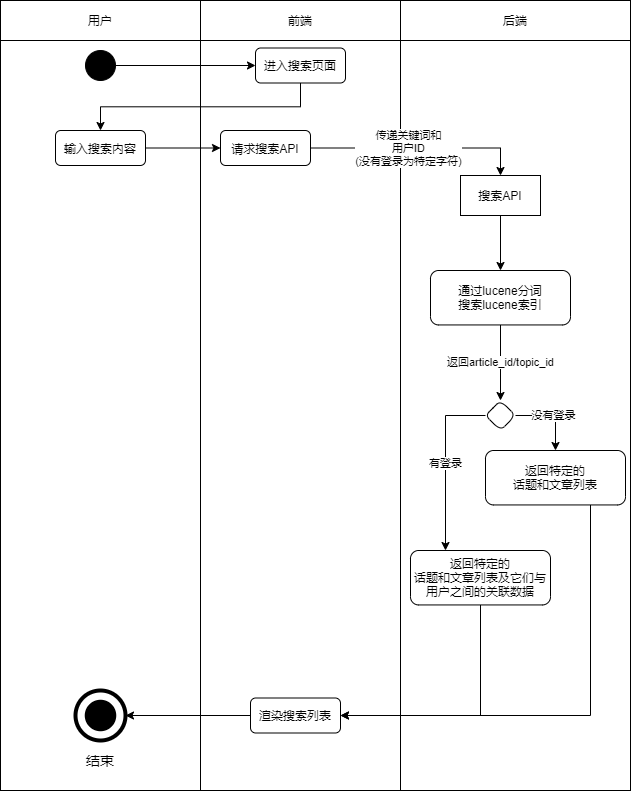
This is user.bbs-search.active.drawio.png from Jater0/Graduation, a draw.io export, as it was before one commit. Source tidied: cells renumbered, new cells last; positions are measured from the earlier drawing's top-left corner, leaving out a move shared by most shapes. The source it was exported from:
```xml
<mxGraphModel>
  <root>
    <mxCell id="0" />
    <mxCell id="1" parent="0" />
    <mxCell id="2" style="rounded=0;whiteSpace=wrap;html=1;" parent="1" vertex="1">
      <mxGeometry x="400" y="40" width="230" height="750" as="geometry" />
    </mxCell>
    <mxCell id="3" style="rounded=0;whiteSpace=wrap;html=1;" parent="1" vertex="1">
      <mxGeometry y="40" width="200" height="750" as="geometry" />
    </mxCell>
    <mxCell id="4" style="rounded=0;whiteSpace=wrap;html=1;" parent="1" vertex="1">
      <mxGeometry x="200" y="40" width="200" height="750" as="geometry" />
    </mxCell>
    <mxCell id="5" value="用户" style="rounded=0;whiteSpace=wrap;html=1;" parent="1" vertex="1">
      <mxGeometry width="200" height="40" as="geometry" />
    </mxCell>
    <mxCell id="6" value="前端" style="rounded=0;whiteSpace=wrap;html=1;" parent="1" vertex="1">
      <mxGeometry x="200" width="200" height="40" as="geometry" />
    </mxCell>
    <mxCell id="7" value="后端" style="rounded=0;whiteSpace=wrap;html=1;" parent="1" vertex="1">
      <mxGeometry x="400" width="230" height="40" as="geometry" />
    </mxCell>
    <mxCell id="8" style="edgeStyle=orthogonalEdgeStyle;rounded=0;jettySize=auto;html=1;exitX=1;exitY=0.5;exitDx=0;exitDy=0;entryX=0;entryY=0.5;entryDx=0;entryDy=0;" parent="1" edge="1" source="9" target="11">
      <mxGeometry relative="1" as="geometry" />
    </mxCell>
    <mxCell id="9" style="ellipse;whiteSpace=wrap;html=1;background=black;strokeColor=#030303;fillColor=#000000;" parent="1" vertex="1">
      <mxGeometry x="85" y="50" width="30" height="30" as="geometry" />
    </mxCell>
    <mxCell id="10" style="edgeStyle=orthogonalEdgeStyle;rounded=0;jettySize=auto;html=1;exitX=0.5;exitY=1;exitDx=0;exitDy=0;" parent="1" edge="1" source="11" target="20">
      <mxGeometry relative="1" as="geometry" />
    </mxCell>
    <mxCell id="11" value="进入搜索页面" style="rounded=1;whiteSpace=wrap;html=1;" parent="1" vertex="1">
      <mxGeometry x="255" y="47.5" width="90" height="35" as="geometry" />
    </mxCell>
    <mxCell id="12" style="ellipse;whiteSpace=wrap;html=1;rounded=1;strokeColor=#000000;strokeWidth=4;fillColor=none;gradientColor=none;fontSize=14;" parent="1" vertex="1">
      <mxGeometry x="75" y="690" width="50" height="50" as="geometry" />
    </mxCell>
    <mxCell id="13" style="ellipse;whiteSpace=wrap;html=1;rounded=1;strokeWidth=4;fontSize=14;fillColor=#000000;" parent="1" vertex="1">
      <mxGeometry x="86.2" y="701.2" width="27.5" height="27.5" as="geometry" />
    </mxCell>
    <mxCell id="14" value="结束" style="text;html=1;strokeColor=none;fillColor=none;align=center;verticalAlign=middle;whiteSpace=wrap;rounded=0;fontSize=14;" parent="1" vertex="1">
      <mxGeometry x="80" y="750" width="40" height="20" as="geometry" />
    </mxCell>
    <mxCell id="15" style="edgeStyle=orthogonalEdgeStyle;rounded=0;jettySize=auto;html=1;exitX=0.5;exitY=1;exitDx=0;exitDy=0;" parent="1" edge="1" source="16" target="18">
      <mxGeometry relative="1" as="geometry" />
    </mxCell>
    <mxCell id="16" value="搜索API" style="rounded=0;whiteSpace=wrap;html=1;" parent="1" vertex="1">
      <mxGeometry x="460" y="175" width="80" height="40" as="geometry" />
    </mxCell>
    <mxCell id="17" value="返回article_id/topic_id" style="edgeStyle=orthogonalEdgeStyle;rounded=0;jettySize=auto;html=1;exitX=0.5;exitY=1;exitDx=0;exitDy=0;entryX=0.5;entryY=0;entryDx=0;entryDy=0;" parent="1" edge="1" source="18" target="26">
      <mxGeometry relative="1" as="geometry" />
    </mxCell>
    <mxCell id="18" value="通过lucene分词&lt;br&gt;搜索lucene索引" style="rounded=1;whiteSpace=wrap;html=1;" parent="1" vertex="1">
      <mxGeometry x="430" y="270" width="140" height="54.4" as="geometry" />
    </mxCell>
    <mxCell id="19" style="edgeStyle=orthogonalEdgeStyle;rounded=0;jettySize=auto;html=1;exitX=1;exitY=0.5;exitDx=0;exitDy=0;entryX=0;entryY=0.5;entryDx=0;entryDy=0;" parent="1" edge="1" source="20" target="23">
      <mxGeometry relative="1" as="geometry" />
    </mxCell>
    <mxCell id="20" value="输入搜索内容" style="rounded=1;whiteSpace=wrap;html=1;" parent="1" vertex="1">
      <mxGeometry x="55" y="130" width="90" height="35" as="geometry" />
    </mxCell>
    <mxCell id="21" style="edgeStyle=orthogonalEdgeStyle;rounded=0;jettySize=auto;html=1;exitX=1;exitY=0.5;exitDx=0;exitDy=0;entryX=0.5;entryY=0;entryDx=0;entryDy=0;" parent="1" edge="1" source="23" target="16">
      <mxGeometry relative="1" as="geometry" />
    </mxCell>
    <mxCell id="22" value="传递关键词和&lt;br&gt;用户ID&lt;br&gt;(没有登录为特定字符)" style="edgeLabel;html=1;align=center;verticalAlign=middle;" parent="21" vertex="1">
      <mxGeometry x="-0.3" y="-1" relative="1" as="geometry">
        <mxPoint x="20" y="-1" as="offset" />
      </mxGeometry>
    </mxCell>
    <mxCell id="23" value="请求搜索API" style="rounded=1;whiteSpace=wrap;html=1;" parent="1" vertex="1">
      <mxGeometry x="220" y="130" width="90" height="35" as="geometry" />
    </mxCell>
    <mxCell id="24" value="没有登录" style="edgeStyle=orthogonalEdgeStyle;rounded=0;jettySize=auto;html=1;exitX=1;exitY=0.5;exitDx=0;exitDy=0;entryX=0.5;entryY=0;entryDx=0;entryDy=0;" parent="1" edge="1" source="26" target="28">
      <mxGeometry relative="1" as="geometry" />
    </mxCell>
    <mxCell id="25" value="有登录" style="edgeStyle=orthogonalEdgeStyle;rounded=0;jettySize=auto;html=1;exitX=0;exitY=0.5;exitDx=0;exitDy=0;entryX=0.25;entryY=0;entryDx=0;entryDy=0;" parent="1" edge="1" source="26" target="30">
      <mxGeometry relative="1" as="geometry" />
    </mxCell>
    <mxCell id="26" style="rhombus;whiteSpace=wrap;html=1;rounded=1;" parent="1" vertex="1">
      <mxGeometry x="485" y="400" width="30" height="30" as="geometry" />
    </mxCell>
    <mxCell id="27" style="edgeStyle=orthogonalEdgeStyle;rounded=0;jettySize=auto;html=1;exitX=0.75;exitY=1;exitDx=0;exitDy=0;entryX=1;entryY=0.5;entryDx=0;entryDy=0;" parent="1" edge="1" source="28" target="32">
      <mxGeometry relative="1" as="geometry" />
    </mxCell>
    <mxCell id="28" value="返回特定的&lt;br&gt;话题和文章列表" style="rounded=1;whiteSpace=wrap;html=1;" parent="1" vertex="1">
      <mxGeometry x="485" y="450" width="140" height="54.4" as="geometry" />
    </mxCell>
    <mxCell id="29" style="edgeStyle=orthogonalEdgeStyle;rounded=0;jettySize=auto;html=1;exitX=0.5;exitY=1;exitDx=0;exitDy=0;entryX=1;entryY=0.5;entryDx=0;entryDy=0;" parent="1" edge="1" source="30" target="32">
      <mxGeometry relative="1" as="geometry" />
    </mxCell>
    <mxCell id="30" value="返回特定的&lt;br&gt;话题和文章列表及它们与用户之间的关联数据" style="rounded=1;whiteSpace=wrap;html=1;" parent="1" vertex="1">
      <mxGeometry x="410" y="550" width="140" height="54.4" as="geometry" />
    </mxCell>
    <mxCell id="31" style="edgeStyle=orthogonalEdgeStyle;rounded=0;jettySize=auto;html=1;exitX=0;exitY=0.5;exitDx=0;exitDy=0;entryX=1;entryY=0.5;entryDx=0;entryDy=0;" parent="1" edge="1" source="32" target="12">
      <mxGeometry relative="1" as="geometry" />
    </mxCell>
    <mxCell id="32" value="渲染搜索列表" style="rounded=1;whiteSpace=wrap;html=1;" parent="1" vertex="1">
      <mxGeometry x="250" y="697.5" width="90" height="35" as="geometry" />
    </mxCell>
  </root>
</mxGraphModel>
```
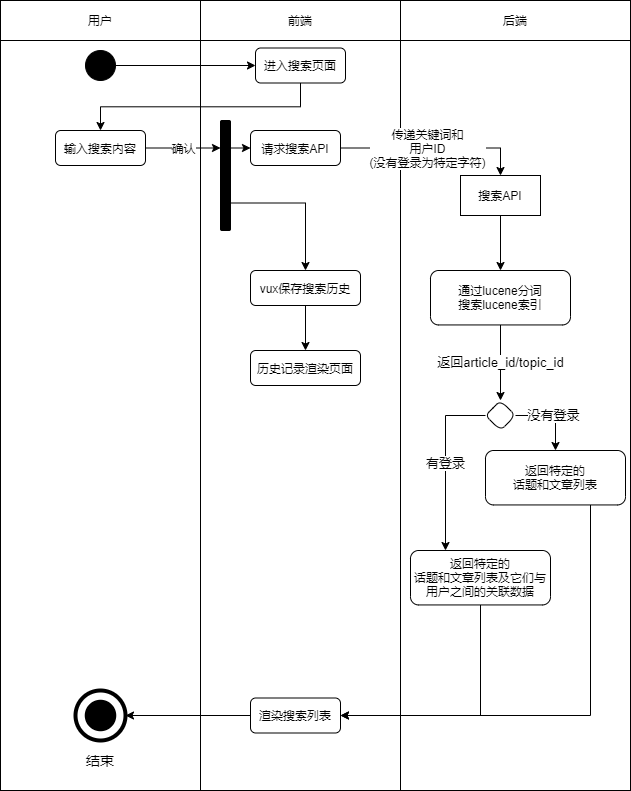
After the change.

Diff of the diagram source:
```diff
@@ -47,33 +47,33 @@
     <mxCell id="16" value="搜索API" style="rounded=0;whiteSpace=wrap;html=1;" parent="1" vertex="1">
       <mxGeometry x="460" y="175" width="80" height="40" as="geometry" />
     </mxCell>
-    <mxCell id="17" value="返回article_id/topic_id" style="edgeStyle=orthogonalEdgeStyle;rounded=0;jettySize=auto;html=1;exitX=0.5;exitY=1;exitDx=0;exitDy=0;entryX=0.5;entryY=0;entryDx=0;entryDy=0;" parent="1" edge="1" source="18" target="26">
+    <mxCell id="17" value="返回article_id/topic_id" style="edgeStyle=orthogonalEdgeStyle;rounded=0;jettySize=auto;html=1;exitX=0.5;exitY=1;exitDx=0;exitDy=0;entryX=0.5;entryY=0;entryDx=0;entryDy=0;fontSize=13;" parent="1" edge="1" source="18" target="26">
       <mxGeometry relative="1" as="geometry" />
     </mxCell>
     <mxCell id="18" value="通过lucene分词&lt;br&gt;搜索lucene索引" style="rounded=1;whiteSpace=wrap;html=1;" parent="1" vertex="1">
       <mxGeometry x="430" y="270" width="140" height="54.4" as="geometry" />
     </mxCell>
-    <mxCell id="19" style="edgeStyle=orthogonalEdgeStyle;rounded=0;jettySize=auto;html=1;exitX=1;exitY=0.5;exitDx=0;exitDy=0;entryX=0;entryY=0.5;entryDx=0;entryDy=0;" parent="1" edge="1" source="20" target="23">
-      <mxGeometry relative="1" as="geometry" />
-    </mxCell>
+    <mxCell id="33" value="确认" style="edgeStyle=orthogonalEdgeStyle;rounded=0;jettySize=auto;html=1;exitX=1;exitY=0.5;exitDx=0;exitDy=0;entryX=0;entryY=0.25;entryDx=0;entryDy=0;fontSize=12;" parent="1" edge="1" source="20" target="36">
+      <mxGeometry relative="1" as="geometry" />
+    </mxCell>
     <mxCell id="20" value="输入搜索内容" style="rounded=1;whiteSpace=wrap;html=1;" parent="1" vertex="1">
       <mxGeometry x="55" y="130" width="90" height="35" as="geometry" />
     </mxCell>
     <mxCell id="21" style="edgeStyle=orthogonalEdgeStyle;rounded=0;jettySize=auto;html=1;exitX=1;exitY=0.5;exitDx=0;exitDy=0;entryX=0.5;entryY=0;entryDx=0;entryDy=0;" parent="1" edge="1" source="23" target="16">
       <mxGeometry relative="1" as="geometry" />
     </mxCell>
-    <mxCell id="22" value="传递关键词和&lt;br&gt;用户ID&lt;br&gt;(没有登录为特定字符)" style="edgeLabel;html=1;align=center;verticalAlign=middle;" parent="21" vertex="1">
+    <mxCell id="22" value="传递关键词和&lt;br style=&quot;font-size: 12px;&quot;&gt;用户ID&lt;br style=&quot;font-size: 12px;&quot;&gt;(没有登录为特定字符)" style="edgeLabel;html=1;align=center;verticalAlign=middle;fontSize=12;" parent="21" vertex="1">
       <mxGeometry x="-0.3" y="-1" relative="1" as="geometry">
         <mxPoint x="20" y="-1" as="offset" />
       </mxGeometry>
     </mxCell>
     <mxCell id="23" value="请求搜索API" style="rounded=1;whiteSpace=wrap;html=1;" parent="1" vertex="1">
-      <mxGeometry x="220" y="130" width="90" height="35" as="geometry" />
+      <mxGeometry x="250" y="130" width="90" height="35" as="geometry" />
     </mxCell>
-    <mxCell id="24" value="没有登录" style="edgeStyle=orthogonalEdgeStyle;rounded=0;jettySize=auto;html=1;exitX=1;exitY=0.5;exitDx=0;exitDy=0;entryX=0.5;entryY=0;entryDx=0;entryDy=0;" parent="1" edge="1" source="26" target="28">
+    <mxCell id="24" value="没有登录" style="edgeStyle=orthogonalEdgeStyle;rounded=0;jettySize=auto;html=1;exitX=1;exitY=0.5;exitDx=0;exitDy=0;entryX=0.5;entryY=0;entryDx=0;entryDy=0;fontSize=13;" parent="1" edge="1" source="26" target="28">
       <mxGeometry relative="1" as="geometry" />
     </mxCell>
-    <mxCell id="25" value="有登录" style="edgeStyle=orthogonalEdgeStyle;rounded=0;jettySize=auto;html=1;exitX=0;exitY=0.5;exitDx=0;exitDy=0;entryX=0.25;entryY=0;entryDx=0;entryDy=0;" parent="1" edge="1" source="26" target="30">
+    <mxCell id="25" value="有登录" style="edgeStyle=orthogonalEdgeStyle;rounded=0;jettySize=auto;html=1;exitX=0;exitY=0.5;exitDx=0;exitDy=0;entryX=0.25;entryY=0;entryDx=0;entryDy=0;fontSize=13;" parent="1" edge="1" source="26" target="30">
       <mxGeometry relative="1" as="geometry" />
     </mxCell>
     <mxCell id="26" style="rhombus;whiteSpace=wrap;html=1;rounded=1;" parent="1" vertex="1">
@@ -97,5 +97,23 @@
     <mxCell id="32" value="渲染搜索列表" style="rounded=1;whiteSpace=wrap;html=1;" parent="1" vertex="1">
       <mxGeometry x="250" y="697.5" width="90" height="35" as="geometry" />
     </mxCell>
+    <mxCell id="34" style="edgeStyle=orthogonalEdgeStyle;rounded=0;jettySize=auto;html=1;exitX=1;exitY=0.25;exitDx=0;exitDy=0;entryX=0;entryY=0.5;entryDx=0;entryDy=0;" parent="1" edge="1" source="36" target="23">
+      <mxGeometry relative="1" as="geometry" />
+    </mxCell>
+    <mxCell id="35" style="edgeStyle=orthogonalEdgeStyle;rounded=0;jettySize=auto;html=1;exitX=1;exitY=0.75;exitDx=0;exitDy=0;" parent="1" edge="1" source="36" target="38">
+      <mxGeometry relative="1" as="geometry" />
+    </mxCell>
+    <mxCell id="36" style="rounded=1;whiteSpace=wrap;html=1;fillColor=#000000;" parent="1" vertex="1">
+      <mxGeometry x="220" y="120" width="10" height="110" as="geometry" />
+    </mxCell>
+    <mxCell id="37" style="edgeStyle=orthogonalEdgeStyle;rounded=0;jettySize=auto;html=1;exitX=0.5;exitY=1;exitDx=0;exitDy=0;entryX=0.5;entryY=0;entryDx=0;entryDy=0;" parent="1" edge="1" source="38" target="39">
+      <mxGeometry relative="1" as="geometry" />
+    </mxCell>
+    <mxCell id="38" value="vux保存搜索历史" style="rounded=1;whiteSpace=wrap;html=1;" parent="1" vertex="1">
+      <mxGeometry x="250" y="270" width="110" height="35" as="geometry" />
+    </mxCell>
+    <mxCell id="39" value="历史记录渲染页面" style="rounded=1;whiteSpace=wrap;html=1;" parent="1" vertex="1">
+      <mxGeometry x="250" y="350" width="110" height="35" as="geometry" />
+    </mxCell>
   </root>
 </mxGraphModel>
```
